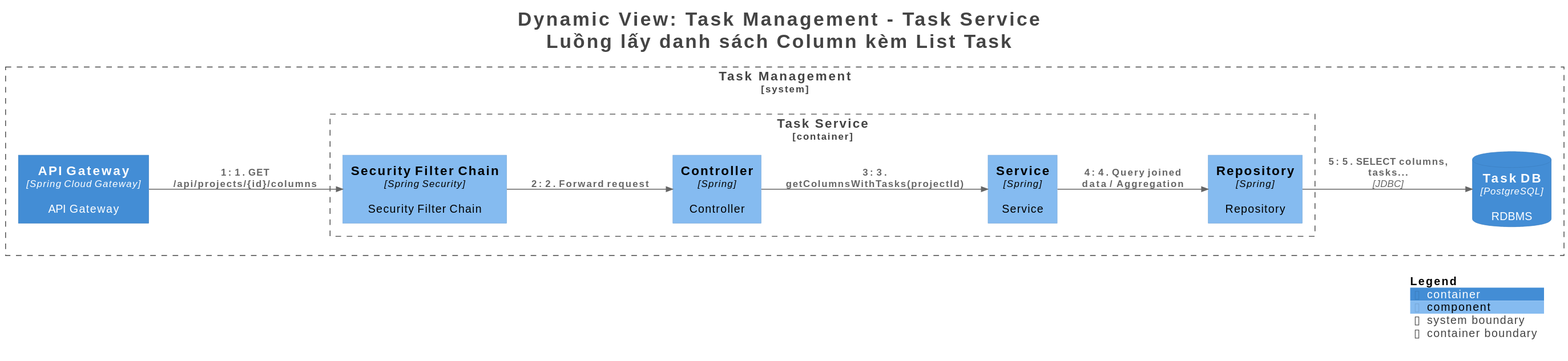
nguyentin05/task-management keeps this PlantUML diagram as docs/diagrams/sequence/images/structurizr-GetAllColumns.svg. Above is the earlier version.
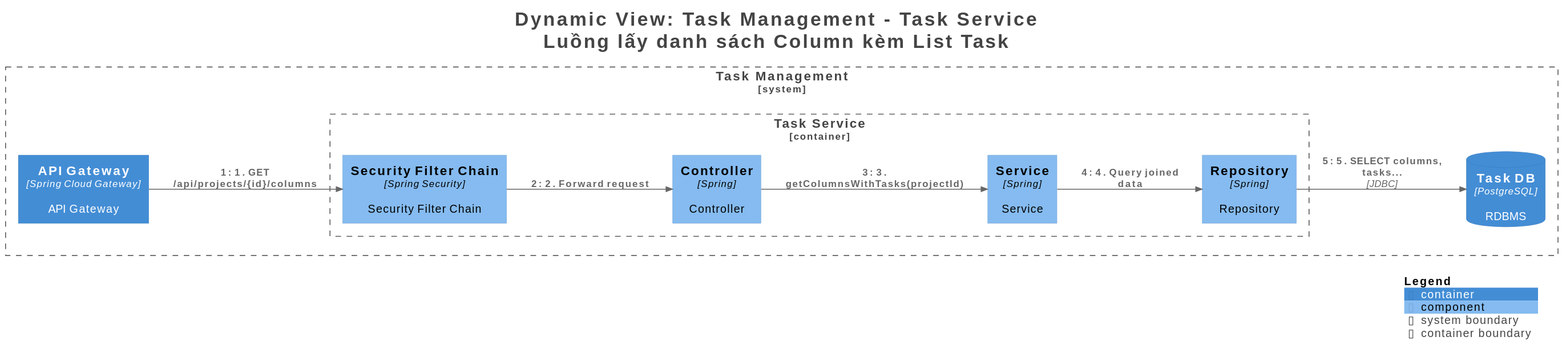
The same diagram one commit later.

The edit, as a diff of the source:
```diff
@@ -34,7 +34,7 @@
 Rel(TaskManagement.APIGateway, TaskManagement.TaskService.SecurityFilterChain, "1: 1. GET /api/projects/{id}/columns", $techn="", $tags="", $link="")
 Rel(TaskManagement.TaskService.SecurityFilterChain, TaskManagement.TaskService.Controller, "2: 2. Forward request", $techn="", $tags="", $link="")
 Rel(TaskManagement.TaskService.Controller, TaskManagement.TaskService.Service, "3: 3. getColumnsWithTasks(projectId)", $techn="", $tags="", $link="")
-Rel(TaskManagement.TaskService.Service, TaskManagement.TaskService.Repository, "4: 4. Query joined data / Aggregation", $techn="", $tags="", $link="")
+Rel(TaskManagement.TaskService.Service, TaskManagement.TaskService.Repository, "4: 4. Query joined data", $techn="", $tags="", $link="")
 Rel(TaskManagement.TaskService.Repository, TaskManagement.TaskDB, "5: 5. SELECT columns, tasks...", $techn="JDBC", $tags="", $link="")
 
 SHOW_LEGEND(true)
```
